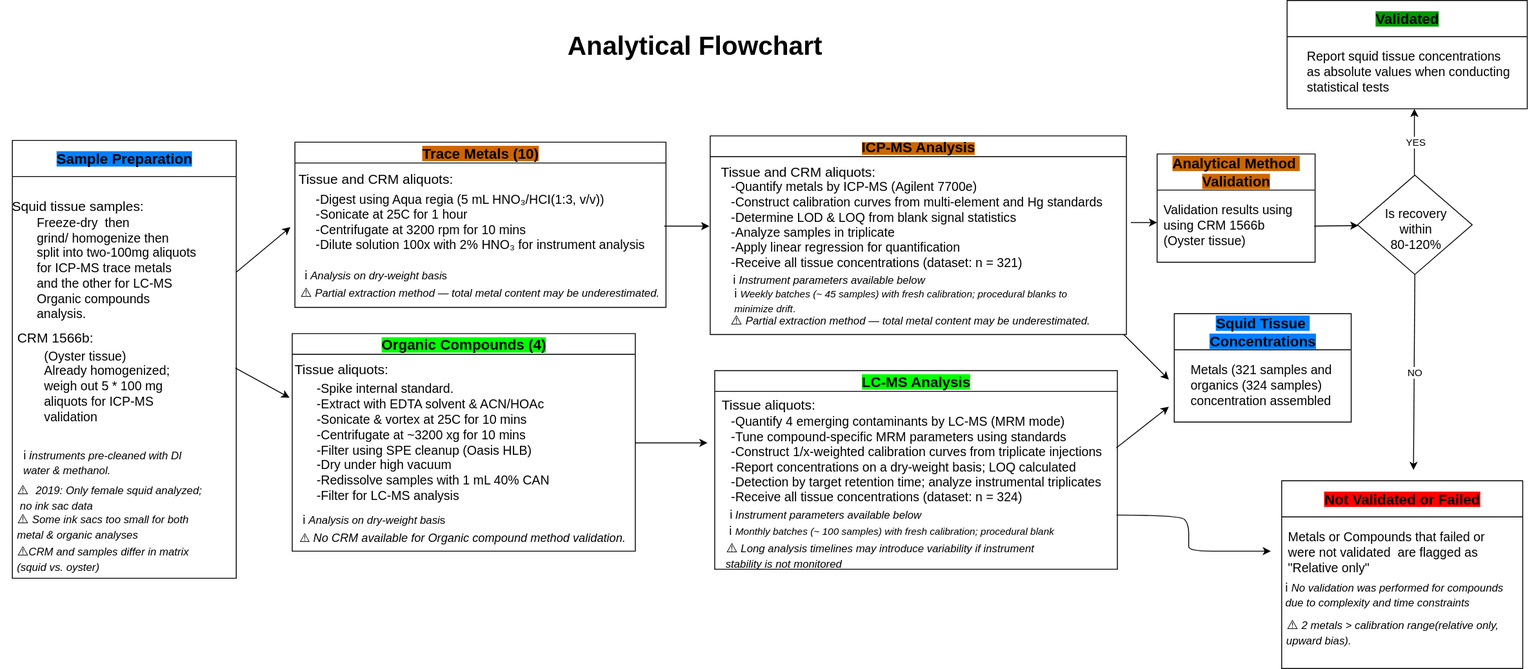
Above: docs/Analytical_flowchart.svg in Euchie23/SquidStack (draw.io), before the change. Source tidied: cells renumbered, new cells last; positions are measured from the earlier drawing's top-left corner, leaving out a move shared by most shapes.
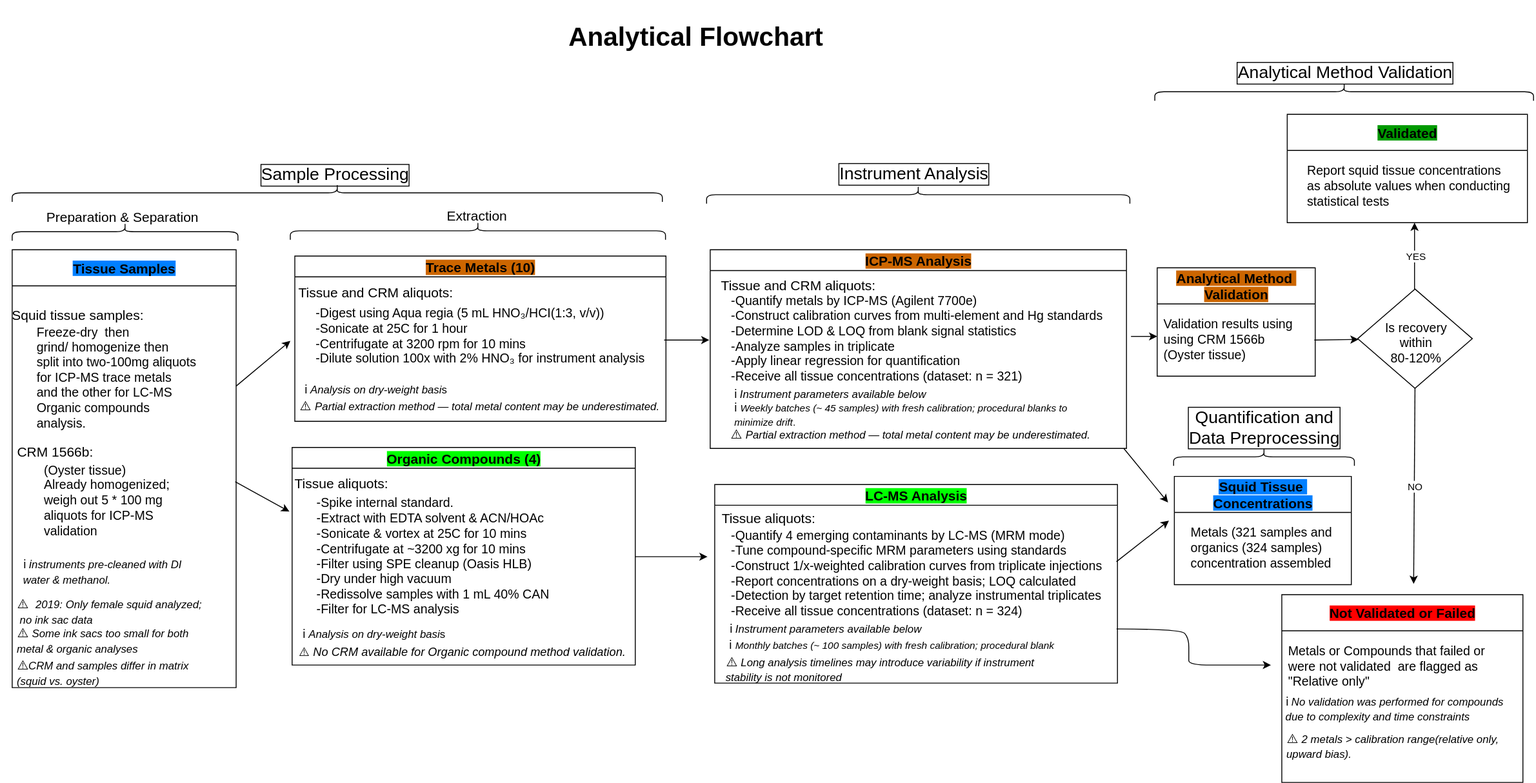
The same diagram one commit later.

Commit message:
Uploadede updated Analytical flowchart

The edit, as a diff of the source:
```diff
@@ -2,8 +2,8 @@
   <root>
     <mxCell id="0" />
     <mxCell id="1" parent="0" />
-    <mxCell id="2" value="&lt;font style=&quot;font-size: 16px; background-color: light-dark(rgb(0, 127, 255), rgb(0, 127, 255));&quot;&gt;Sample Preparation&lt;/font&gt;" style="swimlane;whiteSpace=wrap;html=1;startSize=40;" parent="1" vertex="1">
-      <mxGeometry x="13" y="155" width="248" height="485" as="geometry" />
+    <mxCell id="2" value="&lt;font style=&quot;background-color: light-dark(rgb(0, 127, 255), rgb(0, 127, 255));&quot;&gt;Tissue Samples&lt;/font&gt;" style="swimlane;whiteSpace=wrap;html=1;startSize=40;fontSize=15;" parent="1" vertex="1">
+      <mxGeometry x="13" y="150" width="248" height="485" as="geometry" />
     </mxCell>
     <mxCell id="3" value="&lt;font&gt;Squid tissue samples:&lt;/font&gt;" style="text;html=1;align=center;verticalAlign=middle;strokeColor=none;fillColor=none;fontSize=15;" parent="2" vertex="1">
       <mxGeometry x="-13" y="57" width="170" height="30" as="geometry" />
@@ -32,7 +32,7 @@
         <mxPoint x="320" y="440" as="targetPoint" />
       </mxGeometry>
     </mxCell>
-    <mxCell id="10" value="&lt;span style=&quot;font-size: 16px; background-color: light-dark(rgb(204, 102, 0), rgb(204, 102, 0));&quot;&gt;Trace Metals (10)&lt;/span&gt;" style="swimlane;whiteSpace=wrap;html=1;" parent="1" vertex="1">
+    <mxCell id="10" value="&lt;span style=&quot;background-color: light-dark(rgb(204, 102, 0), rgb(204, 102, 0));&quot;&gt;Trace Metals (10)&lt;/span&gt;" style="swimlane;whiteSpace=wrap;html=1;fontSize=15;" parent="1" vertex="1">
       <mxGeometry x="326" y="157" width="411" height="183" as="geometry" />
     </mxCell>
     <mxCell id="11" value="-Digest using Aqua regia (5 mL HNO₃&lt;span style=&quot;background-color: transparent; color: light-dark(rgb(0, 0, 0), rgb(255, 255, 255));&quot;&gt;/HCI(1:3, v/v))&lt;/span&gt;&lt;div&gt;&lt;span style=&quot;background-color: transparent; color: light-dark(rgb(0, 0, 0), rgb(255, 255, 255));&quot;&gt;-Sonicate at 25C for 1 hour&lt;/span&gt;&lt;/div&gt;&lt;div&gt;&lt;span style=&quot;background-color: transparent; color: light-dark(rgb(0, 0, 0), rgb(255, 255, 255));&quot;&gt;-Centrifugate at 3200 rpm for 10 mins&lt;/span&gt;&lt;/div&gt;&lt;div&gt;&lt;span style=&quot;background-color: transparent; color: light-dark(rgb(0, 0, 0), rgb(255, 255, 255));&quot;&gt;-Dilute solution 100x with 2%&amp;nbsp;&lt;/span&gt;&lt;span style=&quot;background-color: transparent; color: light-dark(rgb(0, 0, 0), rgb(255, 255, 255));&quot;&gt;HNO₃ for instrument analysis&lt;/span&gt;&lt;/div&gt;" style="text;html=1;align=left;verticalAlign=middle;strokeColor=none;fillColor=none;fontSize=14;" parent="10" vertex="1">
@@ -41,7 +41,7 @@
     <mxCell id="12" value="&lt;font&gt;ℹ️&amp;nbsp;&lt;/font&gt;&lt;font style=&quot;font-size: 12px;&quot;&gt;&lt;i&gt;&lt;font&gt;Analysis on dry-weight basi&lt;/font&gt;&lt;/i&gt;s&lt;/font&gt;" style="text;html=1;align=center;verticalAlign=middle;strokeColor=none;fillColor=none;fontSize=13;" parent="10" vertex="1">
       <mxGeometry x="-6" y="132" width="190" height="30" as="geometry" />
     </mxCell>
-    <mxCell id="13" value="&lt;span style=&quot;font-size: 16px; background-color: light-dark(rgb(0, 255, 0), rgb(0, 255, 0));&quot;&gt;Organic Compounds (4)&lt;/span&gt;" style="swimlane;whiteSpace=wrap;html=1;" parent="1" vertex="1">
+    <mxCell id="13" value="&lt;span style=&quot;background-color: light-dark(rgb(0, 255, 0), rgb(0, 255, 0));&quot;&gt;Organic Compounds (4)&lt;/span&gt;" style="swimlane;whiteSpace=wrap;html=1;fontSize=15;" parent="1" vertex="1">
       <mxGeometry x="323" y="369" width="380" height="241" as="geometry" />
     </mxCell>
     <mxCell id="14" value="&lt;font&gt;Tissue and CRM aliquots:&lt;/font&gt;" style="text;html=1;align=center;verticalAlign=middle;strokeColor=none;fillColor=none;fontSize=15;" parent="1" vertex="1">
@@ -68,7 +68,7 @@
         <mxPoint x="785" y="250" as="targetPoint" />
       </mxGeometry>
     </mxCell>
-    <mxCell id="21" value="&lt;span style=&quot;background-color: light-dark(rgb(204, 102, 0), rgb(204, 102, 0));&quot;&gt;&lt;span style=&quot;font-size: 16px;&quot;&gt;ICP-&lt;/span&gt;&lt;span style=&quot;font-size: 16px;&quot;&gt;MS&lt;/span&gt;&lt;span style=&quot;font-size: 16px;&quot;&gt; Analysis&lt;/span&gt;&lt;/span&gt;" style="swimlane;whiteSpace=wrap;html=1;" parent="1" vertex="1">
+    <mxCell id="21" value="&lt;span style=&quot;background-color: light-dark(rgb(204, 102, 0), rgb(204, 102, 0));&quot;&gt;&lt;span&gt;ICP-&lt;/span&gt;&lt;span&gt;MS&lt;/span&gt;&lt;span&gt; Analysis&lt;/span&gt;&lt;/span&gt;" style="swimlane;whiteSpace=wrap;html=1;fontSize=15;" parent="1" vertex="1">
       <mxGeometry x="786" y="150" width="461" height="220" as="geometry" />
     </mxCell>
     <mxCell id="22" value="&lt;div&gt;&lt;span style=&quot;background-color: transparent; color: light-dark(rgb(0, 0, 0), rgb(255, 255, 255));&quot;&gt;-Quantify metals by ICP-MS (Agilent 7700e)&lt;/span&gt;&lt;/div&gt;&lt;div&gt;&lt;span style=&quot;background-color: transparent; color: light-dark(rgb(0, 0, 0), rgb(255, 255, 255));&quot;&gt;-&lt;/span&gt;&lt;span style=&quot;background-color: transparent; color: light-dark(rgb(0, 0, 0), rgb(255, 255, 255));&quot;&gt;Construct calibration curves from multi-element and Hg standards&lt;/span&gt;&lt;/div&gt;&lt;div&gt;&lt;span style=&quot;background-color: transparent; color: light-dark(rgb(0, 0, 0), rgb(255, 255, 255));&quot;&gt;-&lt;/span&gt;&lt;span style=&quot;background-color: transparent; color: light-dark(rgb(0, 0, 0), rgb(255, 255, 255));&quot;&gt;Determine LOD &amp;amp; LOQ from blank signal statistics&lt;/span&gt;&lt;/div&gt;&lt;div&gt;&lt;span style=&quot;background-color: transparent; color: light-dark(rgb(0, 0, 0), rgb(255, 255, 255));&quot;&gt;-&lt;/span&gt;&lt;span style=&quot;background-color: transparent; color: light-dark(rgb(0, 0, 0), rgb(255, 255, 255));&quot;&gt;Analyze samples in triplicate&lt;/span&gt;&lt;/div&gt;&lt;div&gt;&lt;span style=&quot;background-color: transparent; color: light-dark(rgb(0, 0, 0), rgb(255, 255, 255));&quot;&gt;-&lt;/span&gt;&lt;span style=&quot;background-color: transparent; color: light-dark(rgb(0, 0, 0), rgb(255, 255, 255));&quot;&gt;Apply linear regression for quantification&lt;/span&gt;&lt;/div&gt;&lt;div&gt;&lt;span style=&quot;background-color: transparent; color: light-dark(rgb(0, 0, 0), rgb(255, 255, 255));&quot;&gt;-Receive all tissue concentrations (dataset: n = 321)&lt;/span&gt;&lt;/div&gt;" style="text;html=1;align=left;verticalAlign=middle;strokeColor=none;fillColor=none;fontSize=14;" parent="21" vertex="1">
@@ -84,12 +84,12 @@
       <mxGeometry x="318" y="560" width="190" height="30" as="geometry" />
     </mxCell>
     <mxCell id="26" value="&lt;font&gt;ℹ️ &lt;span style=&quot;font-size: 12px;&quot;&gt;&lt;i&gt;Instrument parameters available below&lt;/i&gt;&lt;/span&gt;&lt;/font&gt;" style="text;html=1;align=center;verticalAlign=middle;strokeColor=none;fillColor=none;fontSize=13;" parent="1" vertex="1">
-      <mxGeometry x="792" y="294" width="250" height="30" as="geometry" />
+      <mxGeometry x="793" y="294" width="250" height="30" as="geometry" />
     </mxCell>
     <mxCell id="27" value="&lt;font&gt;ℹ️ &lt;/font&gt;&lt;font style=&quot;font-size: 11px;&quot;&gt;&lt;font style=&quot;&quot;&gt;&lt;i&gt;Weekly batches (~ 45 samples) with fresh calibration; procedural blanks to&amp;nbsp;&lt;/i&gt;&lt;/font&gt;&lt;/font&gt;&lt;div style=&quot;text-align: left;&quot;&gt;&lt;font style=&quot;font-size: 11px;&quot;&gt;&lt;font style=&quot;&quot;&gt;&lt;i&gt;minimize drift&lt;/i&gt;&lt;/font&gt;.&lt;/font&gt;&lt;/div&gt;" style="text;html=1;align=center;verticalAlign=middle;strokeColor=none;fillColor=none;fontSize=13;" parent="1" vertex="1">
       <mxGeometry x="793" y="312" width="410" height="40" as="geometry" />
     </mxCell>
-    <mxCell id="28" value="&lt;span style=&quot;font-size: 16px; background-color: light-dark(rgb(0, 255, 0), rgb(0, 255, 0));&quot;&gt;LC-MS Analysis&lt;/span&gt;" style="swimlane;whiteSpace=wrap;html=1;" parent="1" vertex="1">
+    <mxCell id="28" value="&lt;span style=&quot;background-color: light-dark(rgb(0, 255, 0), rgb(0, 255, 0));&quot;&gt;LC-MS Analysis&lt;/span&gt;" style="swimlane;whiteSpace=wrap;html=1;fontSize=15;" parent="1" vertex="1">
       <mxGeometry x="791" y="410" width="446" height="220" as="geometry" />
     </mxCell>
     <mxCell id="29" value="&lt;div&gt;&lt;span style=&quot;background-color: transparent; color: light-dark(rgb(0, 0, 0), rgb(255, 255, 255));&quot;&gt;-&lt;/span&gt;&lt;span style=&quot;background-color: transparent; color: light-dark(rgb(0, 0, 0), rgb(255, 255, 255));&quot;&gt;Quantify 4 emerging contaminants by LC-MS (MRM mode)&lt;/span&gt;&lt;/div&gt;&lt;div&gt;&lt;span style=&quot;background-color: transparent; color: light-dark(rgb(0, 0, 0), rgb(255, 255, 255));&quot;&gt;-&lt;/span&gt;&lt;span style=&quot;background-color: transparent; color: light-dark(rgb(0, 0, 0), rgb(255, 255, 255));&quot;&gt;Tune compound-specific MRM parameters using standards&lt;/span&gt;&lt;/div&gt;&lt;div&gt;&lt;span style=&quot;background-color: transparent; color: light-dark(rgb(0, 0, 0), rgb(255, 255, 255));&quot;&gt;-&lt;/span&gt;&lt;span style=&quot;background-color: transparent; color: light-dark(rgb(0, 0, 0), rgb(255, 255, 255));&quot;&gt;Construct 1/x-weighted calibration curves from triplicate injections&lt;/span&gt;&lt;/div&gt;&lt;div&gt;&lt;span style=&quot;background-color: transparent; color: light-dark(rgb(0, 0, 0), rgb(255, 255, 255));&quot;&gt;-&lt;/span&gt;&lt;span style=&quot;background-color: transparent; color: light-dark(rgb(0, 0, 0), rgb(255, 255, 255));&quot;&gt;Report concentrations on a dry-weight basis; LOQ calculated&lt;/span&gt;&lt;/div&gt;&lt;div&gt;&lt;span style=&quot;background-color: transparent; color: light-dark(rgb(0, 0, 0), rgb(255, 255, 255));&quot;&gt;-&lt;/span&gt;&lt;span style=&quot;background-color: transparent; color: light-dark(rgb(0, 0, 0), rgb(255, 255, 255));&quot;&gt;Detection by target retention time; analyze instrumental triplicates&lt;/span&gt;&lt;/div&gt;&lt;div&gt;-Receive all tissue concentrations (dataset: n = 324)&lt;span style=&quot;background-color: transparent; color: light-dark(rgb(0, 0, 0), rgb(255, 255, 255));&quot;&gt;&lt;/span&gt;&lt;/div&gt;" style="text;html=1;align=left;verticalAlign=middle;strokeColor=none;fillColor=none;fontSize=14;" parent="28" vertex="1">
@@ -113,8 +113,8 @@
         <mxPoint x="783" y="490" as="targetPoint" />
       </mxGeometry>
     </mxCell>
-    <mxCell id="35" value="&lt;span style=&quot;font-size: 16px; background-color: light-dark(rgb(0, 127, 255), rgb(0, 127, 255));&quot;&gt;&lt;font style=&quot;&quot;&gt;Squid Tissue&amp;nbsp;&lt;/font&gt;&lt;/span&gt;&lt;div&gt;&lt;span style=&quot;font-size: 16px; background-color: light-dark(rgb(0, 127, 255), rgb(0, 127, 255));&quot;&gt;&lt;font style=&quot;&quot;&gt;Concentrations&lt;/font&gt;&lt;/span&gt;&lt;/div&gt;" style="swimlane;whiteSpace=wrap;html=1;startSize=40;labelBackgroundColor=none;" parent="1" vertex="1">
-      <mxGeometry x="1300" y="347" width="196" height="120" as="geometry" />
+    <mxCell id="35" value="&lt;span style=&quot;background-color: light-dark(rgb(0, 127, 255), rgb(0, 127, 255));&quot;&gt;&lt;font&gt;Squid Tissue&amp;nbsp;&lt;/font&gt;&lt;/span&gt;&lt;div&gt;&lt;span style=&quot;background-color: light-dark(rgb(0, 127, 255), rgb(0, 127, 255));&quot;&gt;&lt;font&gt;Concentrations&lt;/font&gt;&lt;/span&gt;&lt;/div&gt;" style="swimlane;whiteSpace=wrap;html=1;startSize=40;labelBackgroundColor=none;fontSize=15;" parent="1" vertex="1">
+      <mxGeometry x="1300" y="401" width="196" height="120" as="geometry" />
     </mxCell>
     <mxCell id="36" value="&lt;div&gt;Metals (321 samples and&amp;nbsp;&lt;/div&gt;&lt;div&gt;organics (324 samples)&lt;/div&gt;&lt;div&gt;concentration assembled&lt;/div&gt;" style="text;html=1;align=left;verticalAlign=middle;strokeColor=none;fillColor=none;fontSize=14;" parent="35" vertex="1">
       <mxGeometry x="16" y="49" width="180" height="60" as="geometry" />
@@ -131,7 +131,7 @@
         <mxPoint x="1281" y="246" as="targetPoint" />
       </mxGeometry>
     </mxCell>
-    <mxCell id="40" value="&lt;span style=&quot;font-size: 16px; background-color: light-dark(rgb(204, 102, 0), rgb(204, 102, 0));&quot;&gt;Analytical Method&amp;nbsp;&lt;br&gt;Validation&lt;/span&gt;" style="swimlane;whiteSpace=wrap;html=1;startSize=40;" parent="1" vertex="1">
+    <mxCell id="40" value="&lt;span style=&quot;background-color: light-dark(rgb(204, 102, 0), rgb(204, 102, 0));&quot;&gt;Analytical Method&amp;nbsp;&lt;br&gt;Validation&lt;/span&gt;" style="swimlane;whiteSpace=wrap;html=1;startSize=40;fontSize=15;" parent="1" vertex="1">
       <mxGeometry x="1281" y="170" width="175" height="120" as="geometry" />
     </mxCell>
     <mxCell id="41" value="Validation results using&amp;nbsp;&lt;br&gt;using CRM 1566b &lt;br&gt;(Oyster tissue)" style="text;html=1;align=left;verticalAlign=middle;strokeColor=none;fillColor=none;fontSize=14;" parent="40" vertex="1">
@@ -148,7 +148,7 @@
     <mxCell id="44" value="Is recovery&lt;div&gt;&amp;nbsp;within&amp;nbsp;&lt;/div&gt;&lt;div&gt;&lt;span style=&quot;background-color: transparent; color: light-dark(rgb(0, 0, 0), rgb(255, 255, 255));&quot;&gt;80-120%&lt;/span&gt;&lt;/div&gt;" style="text;html=1;align=center;verticalAlign=middle;strokeColor=none;fillColor=none;fontSize=14;" parent="1" vertex="1">
       <mxGeometry x="1522" y="222.5" width="90" height="60" as="geometry" />
     </mxCell>
-    <mxCell id="45" value="&lt;span style=&quot;font-size: 16px; background-color: light-dark(rgb(255, 0, 0), rgb(255, 0, 0));&quot;&gt;Not Validated or Failed&lt;/span&gt;" style="swimlane;whiteSpace=wrap;html=1;startSize=40;" parent="1" vertex="1">
+    <mxCell id="45" value="&lt;span style=&quot;background-color: light-dark(rgb(255, 0, 0), rgb(255, 0, 0));&quot;&gt;Not Validated or Failed&lt;/span&gt;" style="swimlane;whiteSpace=wrap;html=1;startSize=40;fontSize=15;" parent="1" vertex="1">
       <mxGeometry x="1419" y="532" width="267" height="208" as="geometry" />
     </mxCell>
     <mxCell id="46" value="Metals or Compounds that failed or&amp;nbsp;&lt;div&gt;were not validated&amp;nbsp; are&amp;nbsp;&lt;span style=&quot;background-color: transparent; color: light-dark(rgb(0, 0, 0), rgb(255, 255, 255));&quot;&gt;flagged&amp;nbsp;&lt;/span&gt;&lt;span style=&quot;background-color: transparent; color: light-dark(rgb(0, 0, 0), rgb(255, 255, 255));&quot;&gt;as&amp;nbsp;&lt;/span&gt;&lt;div&gt;&lt;span style=&quot;background-color: transparent; color: light-dark(rgb(0, 0, 0), rgb(255, 255, 255));&quot;&gt;&quot;Relative only&quot;&lt;/span&gt;&lt;/div&gt;&lt;/div&gt;" style="text;html=1;align=left;verticalAlign=middle;strokeColor=none;fillColor=none;fontSize=14;" parent="45" vertex="1">
@@ -174,7 +174,7 @@
     <mxCell id="51" value="YES" style="edgeLabel;html=1;align=center;verticalAlign=middle;" parent="50" vertex="1">
       <mxGeometry relative="1" as="geometry" />
     </mxCell>
-    <mxCell id="52" value="&lt;span style=&quot;font-size: 16px; background-color: light-dark(rgb(0, 153, 0), rgb(0, 153, 0));&quot;&gt;Validated&lt;/span&gt;" style="swimlane;whiteSpace=wrap;html=1;startSize=40;labelBackgroundColor=none;" parent="1" vertex="1">
+    <mxCell id="52" value="&lt;span style=&quot;background-color: light-dark(rgb(0, 153, 0), rgb(0, 153, 0));&quot;&gt;Validated&lt;/span&gt;" style="swimlane;whiteSpace=wrap;html=1;startSize=40;labelBackgroundColor=none;fontSize=15;" parent="1" vertex="1">
       <mxGeometry x="1425" width="266" height="120" as="geometry" />
     </mxCell>
     <mxCell id="53" value="&amp;nbsp;Report squid tissue concentrations&lt;div&gt;&amp;nbsp;as absolute values when conducting&lt;br&gt;&amp;nbsp;statistical tests&lt;/div&gt;" style="text;html=1;align=left;verticalAlign=middle;strokeColor=none;fillColor=none;fontSize=14;" parent="52" vertex="1">
@@ -197,7 +197,7 @@
     <mxCell id="55" style="endArrow=classic;html=1;rounded=0;curved=1;" parent="1" edge="1">
       <mxGeometry relative="1" as="geometry">
         <mxPoint x="1244" y="370" as="sourcePoint" />
-        <mxPoint x="1294" y="420" as="targetPoint" />
+        <mxPoint x="1293" y="430" as="targetPoint" />
       </mxGeometry>
     </mxCell>
     <mxCell id="56" style="endArrow=classic;html=1;rounded=0;curved=1;exitX=0.995;exitY=0.389;exitDx=0;exitDy=0;exitPerimeter=0;" parent="1" edge="1">
@@ -210,7 +210,43 @@
       <mxGeometry x="1422" y="674" width="260" height="50" as="geometry" />
     </mxCell>
     <mxCell id="58" value="&lt;font style=&quot;font-size: 29px;&quot;&gt;&lt;b&gt;Analytical Flowchart&lt;/b&gt;&lt;/font&gt;" style="text;html=1;align=center;verticalAlign=middle;whiteSpace=wrap;rounded=0;" parent="1" vertex="1">
-      <mxGeometry x="464" y="10" width="610" height="80" as="geometry" />
+      <mxGeometry x="465" y="-126" width="610" height="80" as="geometry" />
     </mxCell>
+    <mxCell id="59" style="shape=curlyBracket;whiteSpace=wrap;html=1;rounded=1;flipH=1;labelPosition=right;verticalLabelPosition=middle;align=left;verticalAlign=middle;rotation=-90;" parent="1" vertex="1">
+      <mxGeometry x="363" y="-273" width="20" height="720" as="geometry" />
+    </mxCell>
+    <mxCell id="60" value="Sample Processing" style="text;html=1;align=center;verticalAlign=middle;whiteSpace=wrap;rounded=0;fontSize=19;labelBorderColor=default;" parent="1" vertex="1">
+      <mxGeometry x="285" y="52" width="171" height="30" as="geometry" />
+    </mxCell>
+    <mxCell id="61" style="shape=curlyBracket;whiteSpace=wrap;html=1;rounded=1;flipH=1;labelPosition=right;verticalLabelPosition=middle;align=left;verticalAlign=middle;rotation=-90;" parent="1" vertex="1">
+      <mxGeometry x="128" y="5" width="20" height="250" as="geometry" />
+    </mxCell>
+    <mxCell id="62" value="Preparation &amp;amp; Separation" style="text;html=1;align=center;verticalAlign=middle;whiteSpace=wrap;rounded=0;fontSize=15;" parent="1" vertex="1">
+      <mxGeometry x="41" y="98" width="188" height="30" as="geometry" />
+    </mxCell>
+    <mxCell id="63" style="shape=curlyBracket;whiteSpace=wrap;html=1;rounded=1;flipH=1;labelPosition=right;verticalLabelPosition=middle;align=left;verticalAlign=middle;rotation=-90;" parent="1" vertex="1">
+      <mxGeometry x="518.8" y="-78.8" width="20" height="415.5" as="geometry" />
+    </mxCell>
+    <mxCell id="64" value="&lt;font style=&quot;font-size: 15px;&quot;&gt;Extraction&lt;/font&gt;" style="text;html=1;align=center;verticalAlign=middle;whiteSpace=wrap;rounded=0;fontSize=16;" parent="1" vertex="1">
+      <mxGeometry x="442" y="97" width="171" height="30" as="geometry" />
+    </mxCell>
+    <mxCell id="65" style="shape=curlyBracket;whiteSpace=wrap;html=1;rounded=1;flipH=1;labelPosition=right;verticalLabelPosition=middle;align=left;verticalAlign=middle;rotation=-90;" parent="1" vertex="1">
+      <mxGeometry x="1006.4" y="-145.4" width="20" height="468.8" as="geometry" />
+    </mxCell>
+    <mxCell id="66" value="&lt;font&gt;Instrument Analysis&lt;/font&gt;" style="text;html=1;align=center;verticalAlign=middle;whiteSpace=wrap;rounded=0;fontSize=19;labelBorderColor=default;" parent="1" vertex="1">
+      <mxGeometry x="926" y="51" width="171" height="30" as="geometry" />
+    </mxCell>
+    <mxCell id="67" style="shape=curlyBracket;whiteSpace=wrap;html=1;rounded=1;flipH=1;labelPosition=right;verticalLabelPosition=middle;align=left;verticalAlign=middle;rotation=-90;" parent="1" vertex="1">
+      <mxGeometry x="1389.3" y="279.3" width="20" height="200.2" as="geometry" />
+    </mxCell>
+    <mxCell id="68" value="&lt;font&gt;Quantification and Data Preprocessing&lt;/font&gt;" style="text;html=1;align=center;verticalAlign=middle;whiteSpace=wrap;rounded=0;fontSize=19;labelBorderColor=default;" parent="1" vertex="1">
+      <mxGeometry x="1314" y="332.4" width="171" height="30" as="geometry" />
+    </mxCell>
+    <mxCell id="69" style="shape=curlyBracket;whiteSpace=wrap;html=1;rounded=1;flipH=1;labelPosition=right;verticalLabelPosition=middle;align=left;verticalAlign=middle;rotation=-90;" parent="1" vertex="1">
+      <mxGeometry x="1478.1" y="-234.7" width="20" height="419.4" as="geometry" />
+    </mxCell>
+    <mxCell id="70" value="&lt;font&gt;Analytical Method Validation&lt;/font&gt;" style="text;html=1;align=center;verticalAlign=middle;whiteSpace=wrap;rounded=0;fontSize=19;labelBorderColor=default;" parent="1" vertex="1">
+      <mxGeometry x="1361" y="-61" width="256" height="30" as="geometry" />
+    </mxCell>
   </root>
 </mxGraphModel>
```
